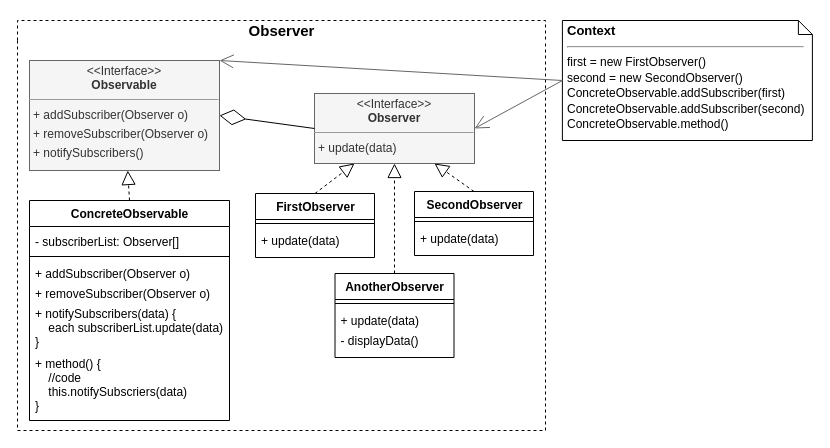
This is docs/UML/Observer.drawio from vhood/design-patterns, a draw.io file, before an edit. Source tidied: cells renumbered, new cells numbered last; positions are measured from the earlier drawing's top-left corner, leaving out a move shared by most shapes. Both pictures are drawn from the tidied source at 100%, with x=0, y=0 at pixel (17, 20).
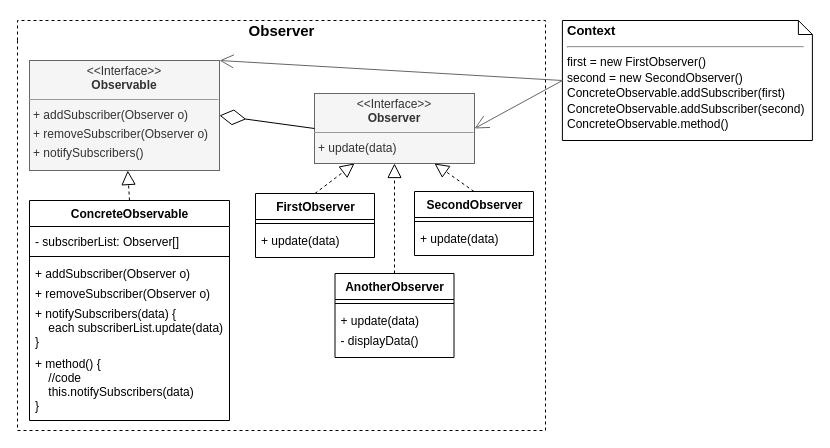
The same page after the edit.

Commit message (it also covers changes not shown here):
fix: Observer orthography, docs: update Observer image

The change refers to these unchanged cells:
```xml
<mxCell id="13" value="ConcreteObservable" style="swimlane;fontStyle=1;align=center;verticalAlign=top;horizontal=1;startSize=26;rounded=0;shadow=0;glass=0;comic=0;strokeWidth=1;fontSize=12;labelBackgroundColor=none;fillColor=#ffffff;html=1;" parent="2" vertex="1">
  <mxGeometry x="12" y="180" width="200" height="220" as="geometry" />
</mxCell>
```

The edit, as a diff of the source:
```diff
@@
-    <mxCell id="19" value="+ method() {&#10;    //code&#10;    this.notifySubscriers(data)&#10;}" style="text;strokeColor=none;fillColor=none;align=left;verticalAlign=top;spacingLeft=4;spacingRight=4;overflow=hidden;" parent="13" vertex="1">
+    <mxCell id="19" value="+ method() {&#10;    //code&#10;    this.notifySubscribers(data)&#10;}" style="text;strokeColor=none;fillColor=none;align=left;verticalAlign=top;spacingLeft=4;spacingRight=4;overflow=hidden;" parent="13" vertex="1">
       <mxGeometry y="150" width="200" height="70" as="geometry" />
     </mxCell>
```
